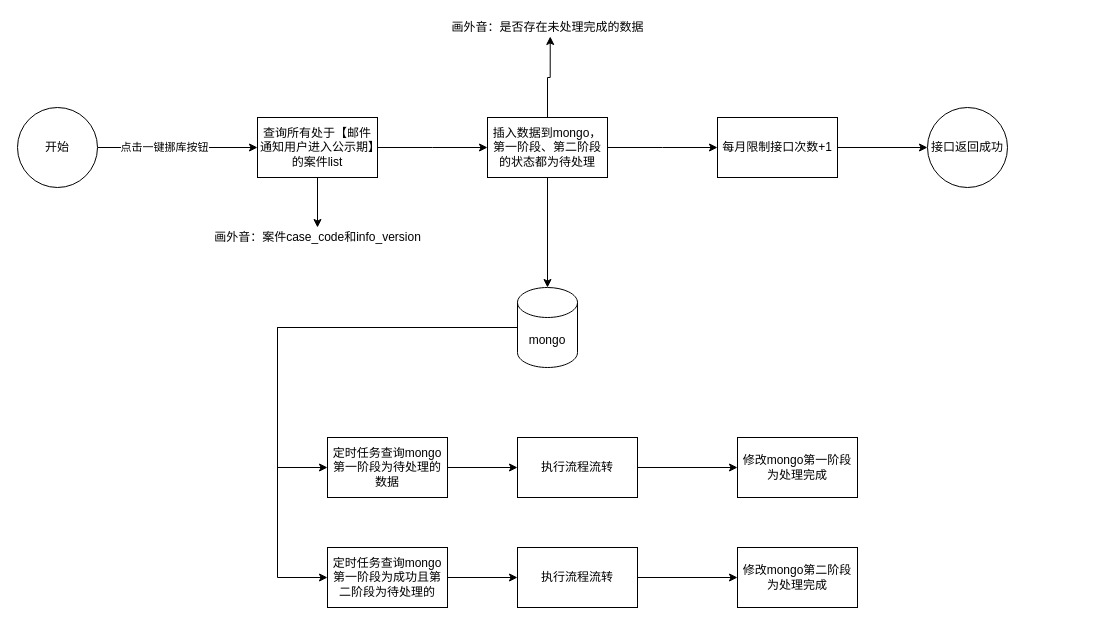
Above: picture/一键挪库功能.drawio in canonhuu/rm (draw.io), before the change. Source tidied: cells renumbered, new cells numbered last; positions are measured from the earlier drawing's top-left corner, leaving out a move shared by most shapes. Both pictures are drawn from the tidied source at 100%, with x=0, y=0 at pixel (17, 17).
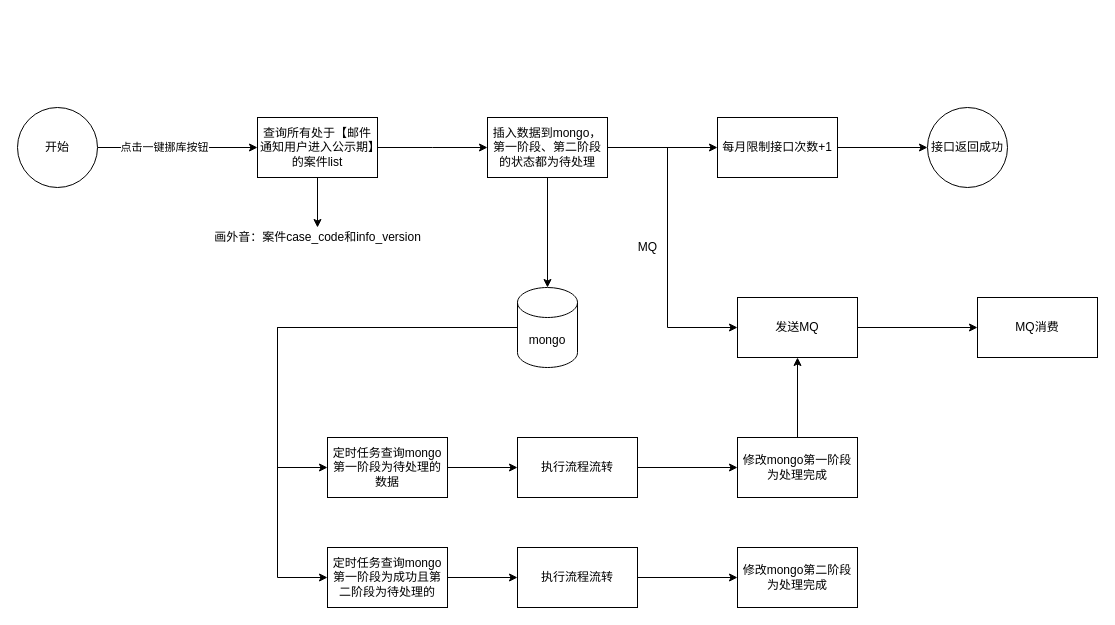
The same diagram, later.

Commit message:
更新一键挪库功能.drawio

The change refers to these unchanged cells:
```xml
<mxCell id="11" value="插入数据到mongo，第一阶段、第二阶段的状态都为待处理" style="rounded=0;whiteSpace=wrap;html=1;" parent="1" vertex="1">
  <mxGeometry x="470" y="100" width="120" height="60" as="geometry" />
</mxCell>
<mxCell id="21" value="修改mongo第一阶段为处理完成" style="rounded=0;whiteSpace=wrap;html=1;" parent="1" vertex="1">
  <mxGeometry x="720" y="420" width="120" height="60" as="geometry" />
</mxCell>
```

Diff of the diagram source:
```diff
@@
-    <mxCell id="10" style="edgeStyle=orthogonalEdgeStyle;rounded=0;jettySize=auto;html=1;entryX=0.513;entryY=0.95;entryDx=0;entryDy=0;entryPerimeter=0;" parent="1" edge="1" source="11" target="27">
-      <mxGeometry relative="1" as="geometry" />
-    </mxCell>
+    <mxCell id="30" style="edgeStyle=orthogonalEdgeStyle;rounded=0;jettySize=auto;html=1;entryX=0;entryY=0.5;entryDx=0;entryDy=0;" parent="1" edge="1" source="11" target="33">
+      <mxGeometry relative="1" as="geometry">
+        <Array as="points">
+          <mxPoint x="650" y="130" />
+          <mxPoint x="650" y="310" />
+        </Array>
+      </mxGeometry>
+    </mxCell>
@@
+    <mxCell id="31" style="edgeStyle=orthogonalEdgeStyle;rounded=0;jettySize=auto;html=1;entryX=0.5;entryY=1;entryDx=0;entryDy=0;" parent="1" edge="1" source="21" target="33">
+      <mxGeometry relative="1" as="geometry" />
+    </mxCell>
@@
-    <mxCell id="27" value="画外音：是否存在未处理完成的数据" style="text;html=1;align=center;verticalAlign=middle;points=[];" parent="1" vertex="1">
-      <mxGeometry x="425" width="210" height="20" as="geometry" />
-    </mxCell>
@@
+    <mxCell id="32" style="edgeStyle=orthogonalEdgeStyle;rounded=0;jettySize=auto;html=1;" parent="1" edge="1" source="33" target="35">
+      <mxGeometry relative="1" as="geometry" />
+    </mxCell>
+    <mxCell id="33" value="发送MQ" style="rounded=0;whiteSpace=wrap;html=1;" parent="1" vertex="1">
+      <mxGeometry x="720" y="280" width="120" height="60" as="geometry" />
+    </mxCell>
+    <mxCell id="34" value="MQ" style="text;html=1;align=center;verticalAlign=middle;" parent="1" vertex="1">
+      <mxGeometry x="615" y="220" width="30" height="20" as="geometry" />
+    </mxCell>
+    <mxCell id="35" value="MQ消费" style="rounded=0;whiteSpace=wrap;html=1;" parent="1" vertex="1">
+      <mxGeometry x="960" y="280" width="120" height="60" as="geometry" />
+    </mxCell>
```
